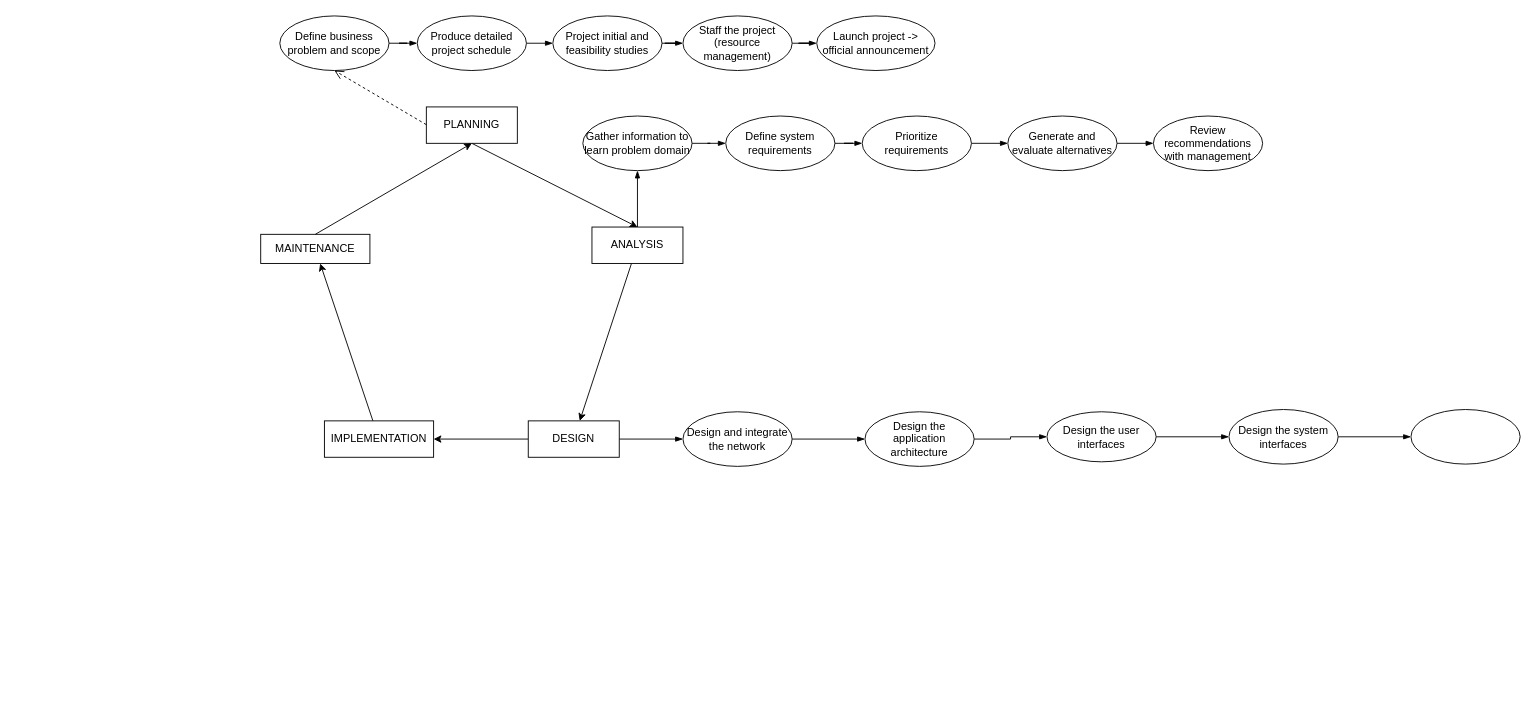
The draw.io diagram SYDM/Untitled Diagram.drawio in 541xxx/APU-Assignment, before the edit. Source tidied: cells renumbered, new cells numbered last; positions are measured from the earlier drawing's top-left corner, leaving out a move shared by most shapes. Both pictures are drawn from the tidied source at 91%, with x=0, y=0 at pixel (260, 15).
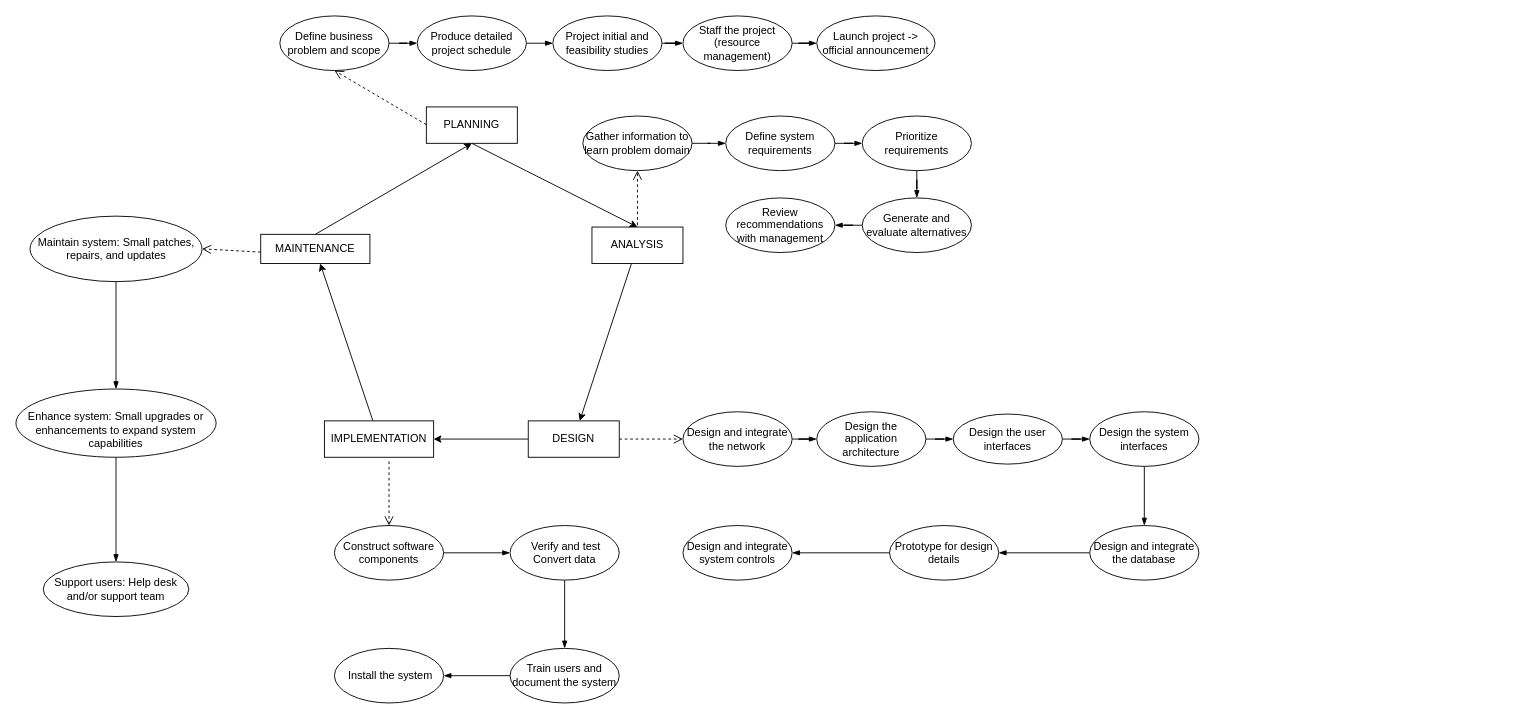
The same diagram, later.

The change refers to these unchanged cells:
```xml
<mxCell id="6" value="ANALYSIS" style="whiteSpace=wrap;html=1;align=center;" parent="1" vertex="1">
  <mxGeometry x="364" y="232" width="100" height="40" as="geometry" />
</mxCell>
<mxCell id="9" value="DESIGN&lt;br&gt;" style="whiteSpace=wrap;html=1;align=center;" parent="1" vertex="1">
  <mxGeometry x="294" y="445" width="100" height="40" as="geometry" />
</mxCell>
<mxCell id="25" value="Gather information to learn problem domain" style="ellipse;whiteSpace=wrap;html=1;" parent="1" vertex="1">
  <mxGeometry x="354" y="110" width="120" height="60" as="geometry" />
</mxCell>
<mxCell id="34" value="Design and integrate the network" style="ellipse;whiteSpace=wrap;html=1;" parent="1" vertex="1">
  <mxGeometry x="464" y="435" width="120" height="60" as="geometry" />
</mxCell>
```

The edit, as a diff of the source:
```diff
@@
-    <mxCell id="5" style="edgeStyle=orthogonalEdgeStyle;rounded=0;jettySize=auto;html=1;endArrow=blockThin;endFill=1;" parent="1" edge="1" source="6" target="25">
-      <mxGeometry relative="1" as="geometry" />
-    </mxCell>
@@
-    <mxCell id="8" style="edgeStyle=orthogonalEdgeStyle;rounded=0;jettySize=auto;html=1;endArrow=blockThin;endFill=1;" parent="1" edge="1" source="9" target="34">
-      <mxGeometry relative="1" as="geometry" />
-    </mxCell>
@@
     <mxCell id="31" value="Generate and evaluate alternatives" style="ellipse;whiteSpace=wrap;html=1;" parent="1" vertex="1">
-      <mxGeometry x="821" y="110" width="120" height="60" as="geometry" />
+      <mxGeometry x="661" y="200" width="120" height="60" as="geometry" />
     </mxCell>
     <mxCell id="32" value="Review recommendations with management" style="ellipse;whiteSpace=wrap;html=1;" parent="1" vertex="1">
-      <mxGeometry x="981" y="110" width="120" height="60" as="geometry" />
+      <mxGeometry x="511" y="200" width="120" height="60" as="geometry" />
     </mxCell>
@@
     <mxCell id="36" value="Design the application architecture" style="ellipse;whiteSpace=wrap;html=1;" parent="1" vertex="1">
-      <mxGeometry x="664" y="435" width="120" height="60" as="geometry" />
+      <mxGeometry x="611" y="435" width="120" height="60" as="geometry" />
     </mxCell>
@@
     <mxCell id="38" value="Design the user interfaces" style="ellipse;whiteSpace=wrap;html=1;" parent="1" vertex="1">
-      <mxGeometry x="864" y="435" width="120" height="55" as="geometry" />
+      <mxGeometry x="761" y="437.5" width="120" height="55" as="geometry" />
     </mxCell>
@@
     <mxCell id="40" value="Design the system interfaces" style="ellipse;whiteSpace=wrap;html=1;" parent="1" vertex="1">
-      <mxGeometry x="1064" y="432.5" width="120" height="60" as="geometry" />
+      <mxGeometry x="911" y="435" width="120" height="60" as="geometry" />
     </mxCell>
+    <mxCell id="42" style="edgeStyle=orthogonalEdgeStyle;rounded=0;jettySize=auto;html=1;endArrow=blockThin;endFill=1;" parent="1" edge="1" source="41" target="44">
+      <mxGeometry relative="1" as="geometry" />
+    </mxCell>
-    <mxCell id="41" style="ellipse;whiteSpace=wrap;html=1;" parent="1" vertex="1">
-      <mxGeometry x="1264" y="432.5" width="120" height="60" as="geometry" />
+    <mxCell id="41" value="Design and integrate the database" style="ellipse;whiteSpace=wrap;html=1;" parent="1" vertex="1">
+      <mxGeometry x="911" y="560" width="120" height="60" as="geometry" />
     </mxCell>
+    <mxCell id="43" style="edgeStyle=orthogonalEdgeStyle;rounded=0;jettySize=auto;html=1;endArrow=blockThin;endFill=1;" parent="1" edge="1" source="44" target="45">
+      <mxGeometry relative="1" as="geometry" />
+    </mxCell>
+    <mxCell id="44" value="Prototype for design details" style="ellipse;whiteSpace=wrap;html=1;" parent="1" vertex="1">
+      <mxGeometry x="691" y="560" width="120" height="60" as="geometry" />
+    </mxCell>
+    <mxCell id="45" value="Design and integrate system controls" style="ellipse;whiteSpace=wrap;html=1;" parent="1" vertex="1">
+      <mxGeometry x="464" y="560" width="120" height="60" as="geometry" />
+    </mxCell>
+    <mxCell id="8" style="html=1;verticalAlign=bottom;endArrow=open;dashed=1;endSize=8;rounded=0;entryX=0;entryY=0.5;entryDx=0;entryDy=0;exitX=1;exitY=0.5;exitDx=0;exitDy=0;" parent="1" edge="1" source="9" target="34">
+      <mxGeometry relative="1" as="geometry" />
+    </mxCell>
+    <mxCell id="46" style="html=1;verticalAlign=bottom;endArrow=open;dashed=1;endSize=8;rounded=0;entryX=0.5;entryY=1;entryDx=0;entryDy=0;" parent="1" edge="1" target="25">
+      <mxGeometry relative="1" as="geometry">
+        <mxPoint x="414" y="230" as="sourcePoint" />
+      </mxGeometry>
+    </mxCell>
+    <mxCell id="47" style="edgeStyle=orthogonalEdgeStyle;rounded=0;jettySize=auto;html=1;endArrow=blockThin;endFill=1;" parent="1" edge="1" source="48" target="50">
+      <mxGeometry relative="1" as="geometry" />
+    </mxCell>
+    <mxCell id="48" value="Construct software components" style="ellipse;whiteSpace=wrap;html=1;" parent="1" vertex="1">
+      <mxGeometry x="81" y="560" width="120" height="60" as="geometry" />
+    </mxCell>
+    <mxCell id="49" style="edgeStyle=orthogonalEdgeStyle;rounded=0;jettySize=auto;html=1;endArrow=blockThin;endFill=1;" parent="1" edge="1" source="50" target="52">
+      <mxGeometry relative="1" as="geometry" />
+    </mxCell>
+    <mxCell id="50" value="&amp;nbsp;Verify and test Convert data" style="ellipse;whiteSpace=wrap;html=1;" parent="1" vertex="1">
+      <mxGeometry x="274" y="560" width="120" height="60" as="geometry" />
+    </mxCell>
+    <mxCell id="51" style="edgeStyle=orthogonalEdgeStyle;rounded=0;jettySize=auto;html=1;endArrow=blockThin;endFill=1;" parent="1" edge="1" source="52" target="53">
+      <mxGeometry relative="1" as="geometry" />
+    </mxCell>
+    <mxCell id="52" value="Train users and document the system" style="ellipse;whiteSpace=wrap;html=1;" parent="1" vertex="1">
+      <mxGeometry x="274" y="695" width="120" height="60" as="geometry" />
+    </mxCell>
+    <mxCell id="53" value="&amp;nbsp;Install the system" style="ellipse;whiteSpace=wrap;html=1;" parent="1" vertex="1">
+      <mxGeometry x="81" y="695" width="120" height="60" as="geometry" />
+    </mxCell>
+    <mxCell id="54" style="html=1;verticalAlign=bottom;endArrow=open;dashed=1;endSize=8;rounded=0;entryX=0.5;entryY=0;entryDx=0;entryDy=0;" parent="1" edge="1" target="48">
+      <mxGeometry relative="1" as="geometry">
+        <mxPoint x="141" y="489.5" as="sourcePoint" />
+      </mxGeometry>
+    </mxCell>
+    <mxCell id="55" style="edgeStyle=orthogonalEdgeStyle;rounded=0;jettySize=auto;html=1;endArrow=blockThin;endFill=1;" parent="1" edge="1" source="56" target="58">
+      <mxGeometry relative="1" as="geometry" />
+    </mxCell>
+    <mxCell id="56" value="Maintain system: Small patches, repairs, and updates" style="ellipse;whiteSpace=wrap;html=1;" parent="1" vertex="1">
+      <mxGeometry x="-253.5" y="220" width="189" height="72" as="geometry" />
+    </mxCell>
+    <mxCell id="57" style="edgeStyle=orthogonalEdgeStyle;rounded=0;jettySize=auto;html=1;endArrow=blockThin;endFill=1;" parent="1" edge="1" source="58" target="59">
+      <mxGeometry relative="1" as="geometry" />
+    </mxCell>
+    <mxCell id="58" value="&lt;br&gt;Enhance system: Small upgrades or enhancements to expand system capabilities" style="ellipse;whiteSpace=wrap;html=1;" parent="1" vertex="1">
+      <mxGeometry x="-269" y="410" width="220" height="75" as="geometry" />
+    </mxCell>
+    <mxCell id="59" value="Support users: Help desk and/or support team" style="ellipse;whiteSpace=wrap;html=1;" parent="1" vertex="1">
+      <mxGeometry x="-239" y="600" width="160" height="60" as="geometry" />
+    </mxCell>
+    <mxCell id="60" style="html=1;verticalAlign=bottom;endArrow=open;dashed=1;endSize=8;rounded=0;entryX=1;entryY=0.5;entryDx=0;entryDy=0;" parent="1" edge="1" target="56">
+      <mxGeometry relative="1" as="geometry">
+        <mxPoint y="259.5" as="sourcePoint" />
+      </mxGeometry>
+    </mxCell>
```
